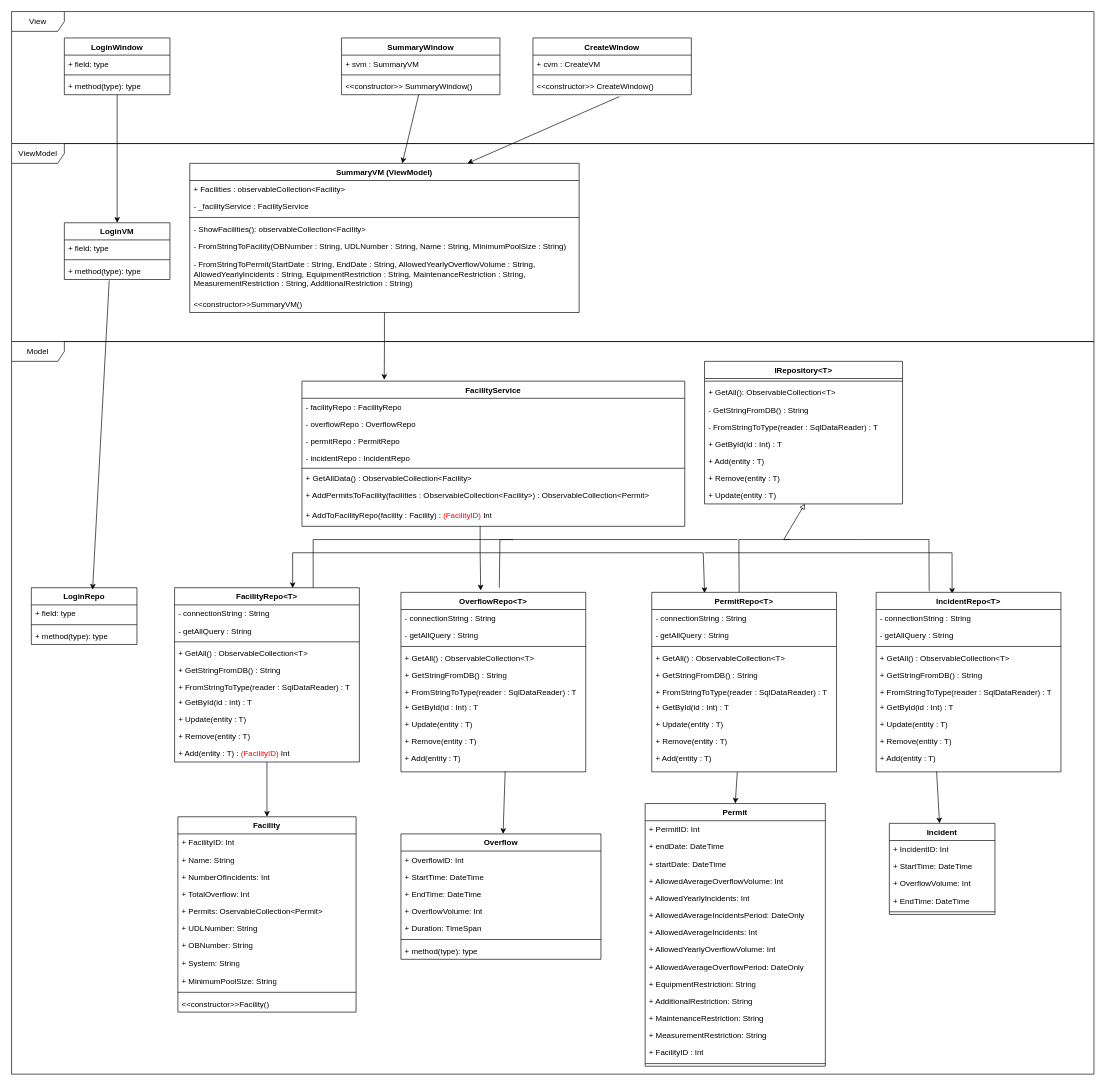
Above: page "DCD" (2 of 7) of SD og DCD final.drawio in DScharla/T14 (draw.io), before the change. Source tidied: cells renumbered, new cells numbered last; positions are measured from the earlier drawing's top-left corner, leaving out a move shared by most shapes. Both pictures are drawn from the tidied source at 66%, with x=0, y=0 at pixel (11, 11).
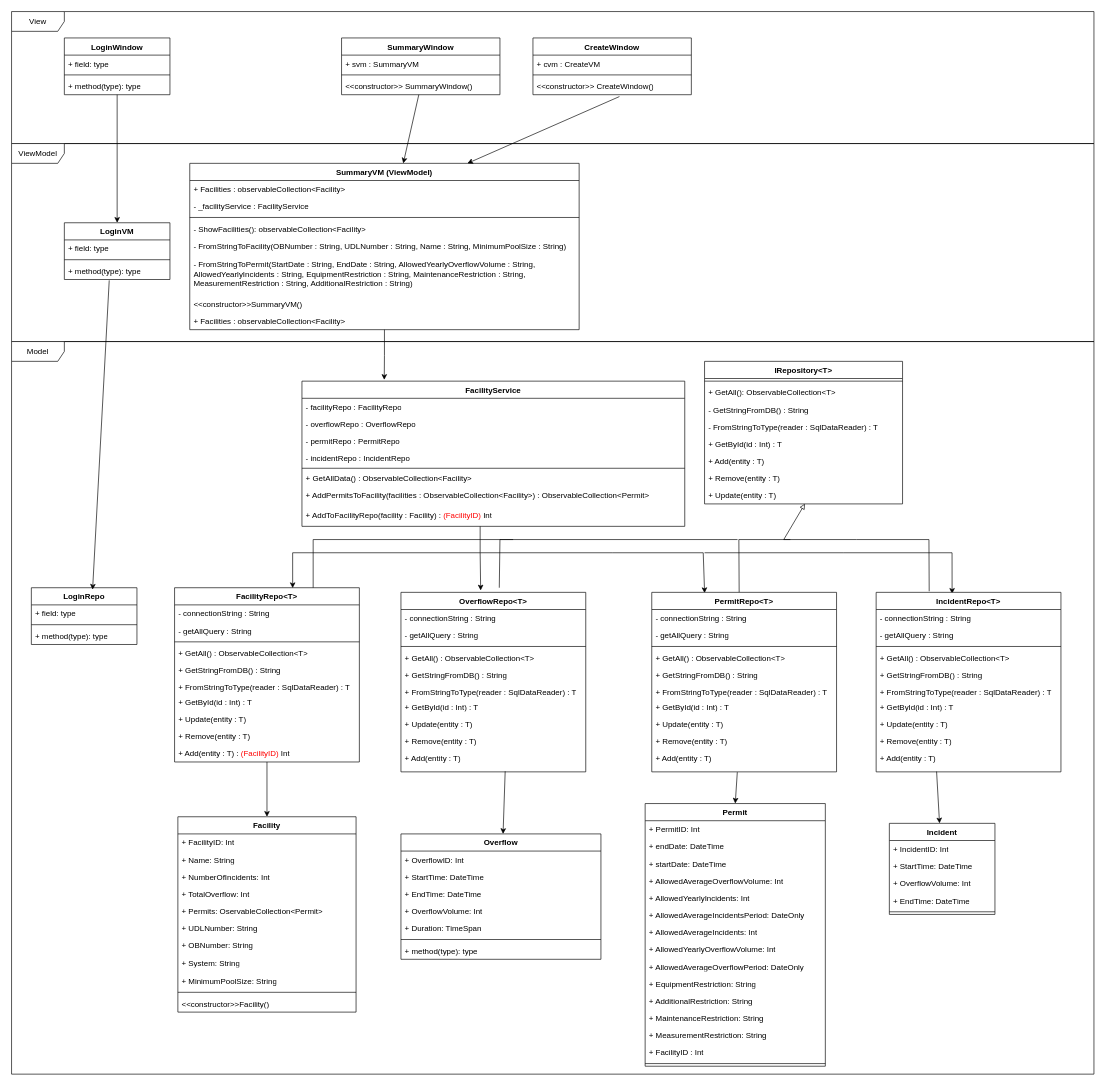
After the change.

Change to the diagram source:
```diff
@@
     <mxCell id="15" value="SummaryVM (ViewModel)" style="swimlane;fontStyle=1;align=center;verticalAlign=top;horizontal=1;startSize=26;whiteSpace=wrap;html=1;" parent="1" vertex="1">
-      <mxGeometry x="270" y="230" width="590" height="226" as="geometry" />
+      <mxGeometry x="270" y="230" width="590" height="252" as="geometry" />
     </mxCell>
@@
+    <mxCell id="154" value="+ Facilities : observableCollection&amp;lt;Facility&amp;gt;" style="text;strokeColor=none;fillColor=none;align=left;verticalAlign=top;spacingLeft=4;spacingRight=4;overflow=hidden;whiteSpace=wrap;html=1;" parent="15" vertex="1">
+      <mxGeometry y="226" width="590" height="26" as="geometry" />
+    </mxCell>
```
